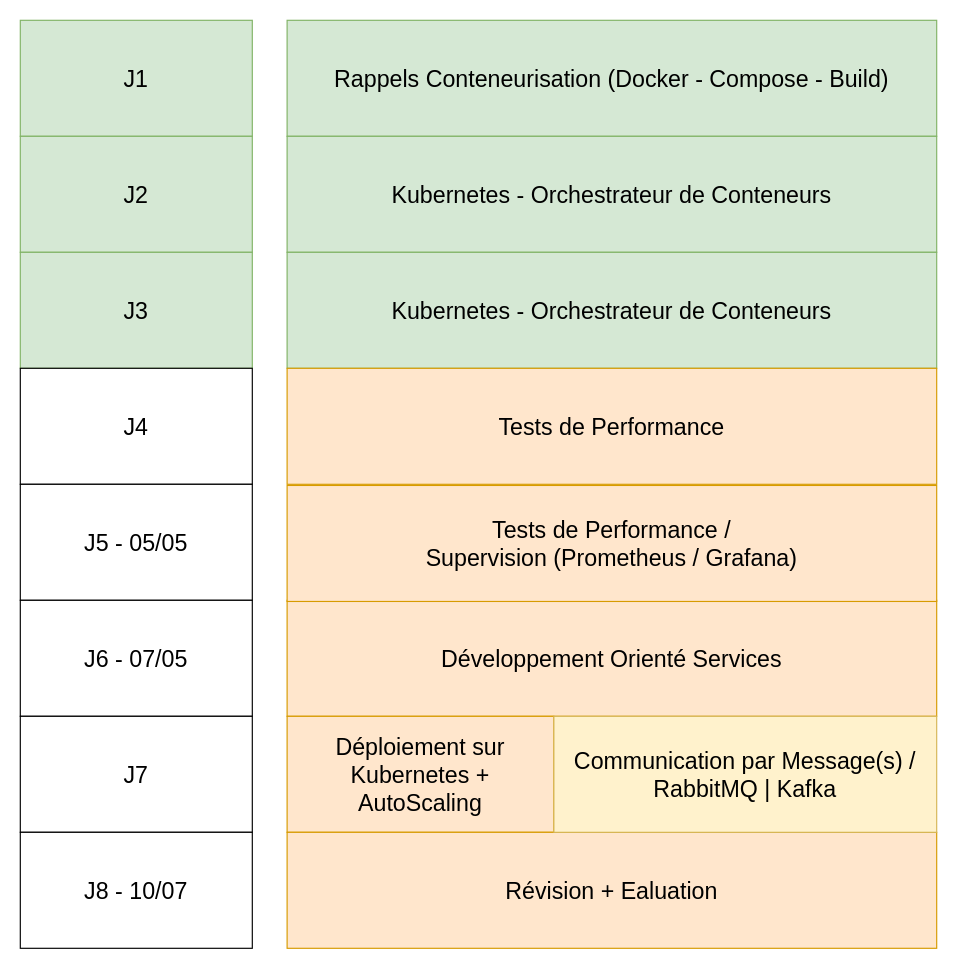
Above: page "planning" (1 of 11) of planning.drawio in argonaultes-education/hexagone-3b-3INSI-2026 (draw.io), before the change. Source tidied: cells renumbered, new cells numbered last; positions are measured from the earlier drawing's top-left corner, leaving out a move shared by most shapes. Both pictures are drawn from the tidied source at 116%, with x=0, y=0 at pixel (20, 20).
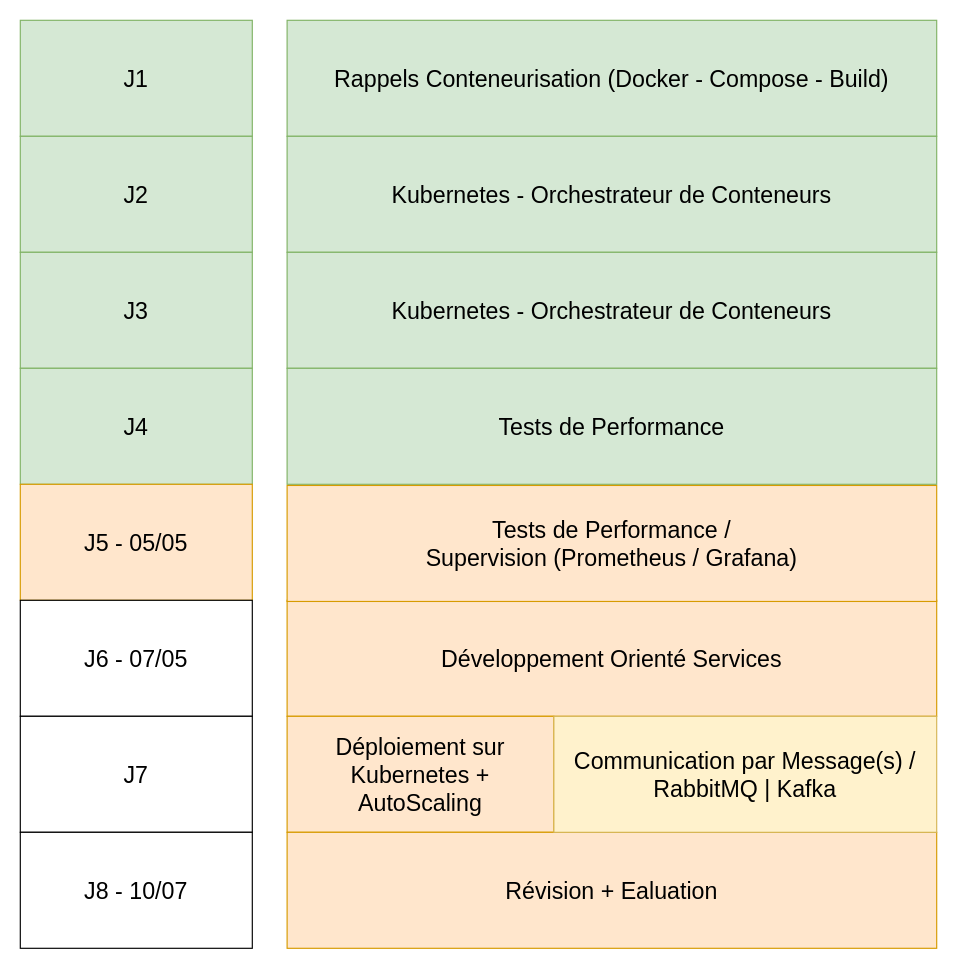
The same diagram, later.

The edit, as a diff of the source:
```diff
@@
 <mxGraphModel>
   <root>
     <mxCell id="0" />
     <mxCell id="1" parent="0" />
     <mxCell id="2" value="J1" style="rounded=0;whiteSpace=wrap;html=1;fontSize=20;fillColor=#d5e8d4;strokeColor=#82b366;" parent="1" vertex="1">
       <mxGeometry width="200" height="100" as="geometry" />
     </mxCell>
     <mxCell id="3" value="J2" style="rounded=0;whiteSpace=wrap;html=1;fontSize=20;fillColor=#d5e8d4;strokeColor=#82b366;" parent="1" vertex="1">
       <mxGeometry y="100" width="200" height="100" as="geometry" />
     </mxCell>
     <mxCell id="4" value="J3" style="rounded=0;whiteSpace=wrap;html=1;fontSize=20;fillColor=#d5e8d4;strokeColor=#82b366;" parent="1" vertex="1">
       <mxGeometry y="200" width="200" height="100" as="geometry" />
     </mxCell>
-    <mxCell id="5" value="J4" style="rounded=0;whiteSpace=wrap;html=1;fontSize=20;" parent="1" vertex="1">
+    <mxCell id="5" value="J4" style="rounded=0;whiteSpace=wrap;html=1;fontSize=20;fillColor=#d5e8d4;strokeColor=#82b366;" parent="1" vertex="1">
       <mxGeometry y="300" width="200" height="100" as="geometry" />
     </mxCell>
-    <mxCell id="6" value="J5 - 05/05" style="rounded=0;whiteSpace=wrap;html=1;fontSize=20;" parent="1" vertex="1">
+    <mxCell id="6" value="J5 - 05/05" style="rounded=0;whiteSpace=wrap;html=1;fontSize=20;fillColor=#ffe6cc;strokeColor=#d79b00;" parent="1" vertex="1">
       <mxGeometry y="400" width="200" height="100" as="geometry" />
     </mxCell>
     <mxCell id="7" value="J6 - 07/05" style="rounded=0;whiteSpace=wrap;html=1;fontSize=20;" parent="1" vertex="1">
       <mxGeometry y="500" width="200" height="100" as="geometry" />
     </mxCell>
     <mxCell id="8" value="J7" style="rounded=0;whiteSpace=wrap;html=1;fontSize=20;" parent="1" vertex="1">
       <mxGeometry y="600" width="200" height="100" as="geometry" />
     </mxCell>
     <mxCell id="9" value="J8 - 10/07" style="rounded=0;whiteSpace=wrap;html=1;fontSize=20;" parent="1" vertex="1">
       <mxGeometry y="700" width="200" height="100" as="geometry" />
     </mxCell>
     <mxCell id="10" value="Rappels Conteneurisation (Docker - Compose - Build)" style="rounded=0;whiteSpace=wrap;html=1;fontSize=20;fillColor=#d5e8d4;strokeColor=#82b366;" parent="1" vertex="1">
       <mxGeometry x="230" width="560" height="100" as="geometry" />
     </mxCell>
     <mxCell id="11" value="Kubernetes - Orchestrateur de Conteneurs" style="rounded=0;whiteSpace=wrap;html=1;fontSize=20;fillColor=#d5e8d4;strokeColor=#82b366;" parent="1" vertex="1">
       <mxGeometry x="230" y="100" width="560" height="100" as="geometry" />
     </mxCell>
     <mxCell id="12" value="Kubernetes - Orchestrateur de Conteneurs" style="rounded=0;whiteSpace=wrap;html=1;fontSize=20;fillColor=#d5e8d4;strokeColor=#82b366;" parent="1" vertex="1">
       <mxGeometry x="230" y="200" width="560" height="100" as="geometry" />
     </mxCell>
-    <mxCell id="13" value="Tests de Performance" style="rounded=0;whiteSpace=wrap;html=1;fontSize=20;fillColor=#ffe6cc;strokeColor=#d79b00;" parent="1" vertex="1">
+    <mxCell id="13" value="Tests de Performance" style="rounded=0;whiteSpace=wrap;html=1;fontSize=20;fillColor=#d5e8d4;strokeColor=#82b366;" parent="1" vertex="1">
       <mxGeometry x="230" y="300" width="560" height="100" as="geometry" />
     </mxCell>
     <mxCell id="14" value="Développement Orienté Services" style="rounded=0;whiteSpace=wrap;html=1;fontSize=20;fillColor=#ffe6cc;strokeColor=#d79b00;" parent="1" vertex="1">
       <mxGeometry x="230" y="500" width="560" height="100" as="geometry" />
     </mxCell>
     <mxCell id="15" value="Déploiement sur Kubernetes + AutoScaling" style="rounded=0;whiteSpace=wrap;html=1;fontSize=20;fillColor=#ffe6cc;strokeColor=#d79b00;" parent="1" vertex="1">
       <mxGeometry x="230" y="600" width="230" height="100" as="geometry" />
     </mxCell>
     <mxCell id="16" value="Révision + Ealuation" style="rounded=0;whiteSpace=wrap;html=1;fontSize=20;fillColor=#ffe6cc;strokeColor=#d79b00;" parent="1" vertex="1">
       <mxGeometry x="230" y="700" width="560" height="100" as="geometry" />
     </mxCell>
     <mxCell id="17" value="Communication par Message(s) / RabbitMQ | Kafka" style="rounded=0;whiteSpace=wrap;html=1;fontSize=20;fillColor=#fff2cc;strokeColor=#d6b656;" parent="1" vertex="1">
       <mxGeometry x="460" y="600" width="330" height="100" as="geometry" />
     </mxCell>
     <mxCell id="18" value="Tests de Performance /&lt;div&gt;Supervision (Prometheus / Grafana)&lt;/div&gt;" style="rounded=0;whiteSpace=wrap;html=1;fontSize=20;fillColor=#ffe6cc;strokeColor=#d79b00;" parent="1" vertex="1">
       <mxGeometry x="230" y="401" width="560" height="100" as="geometry" />
     </mxCell>
   </root>
 </mxGraphModel>
```
